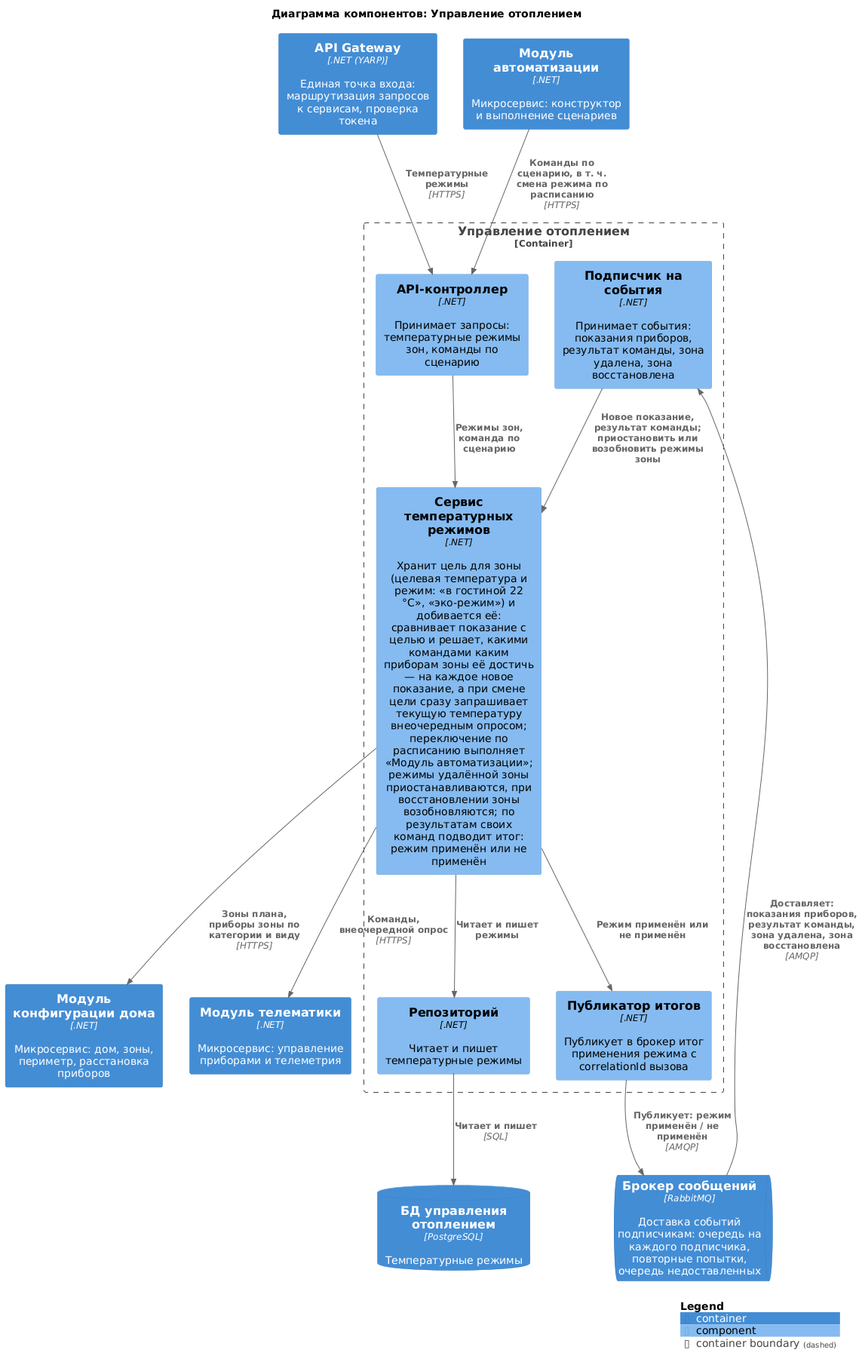
This is diagrams/components/heating.png from Lyamin-av/architecture-warmhouse, a PlantUML export, as it was before one commit.
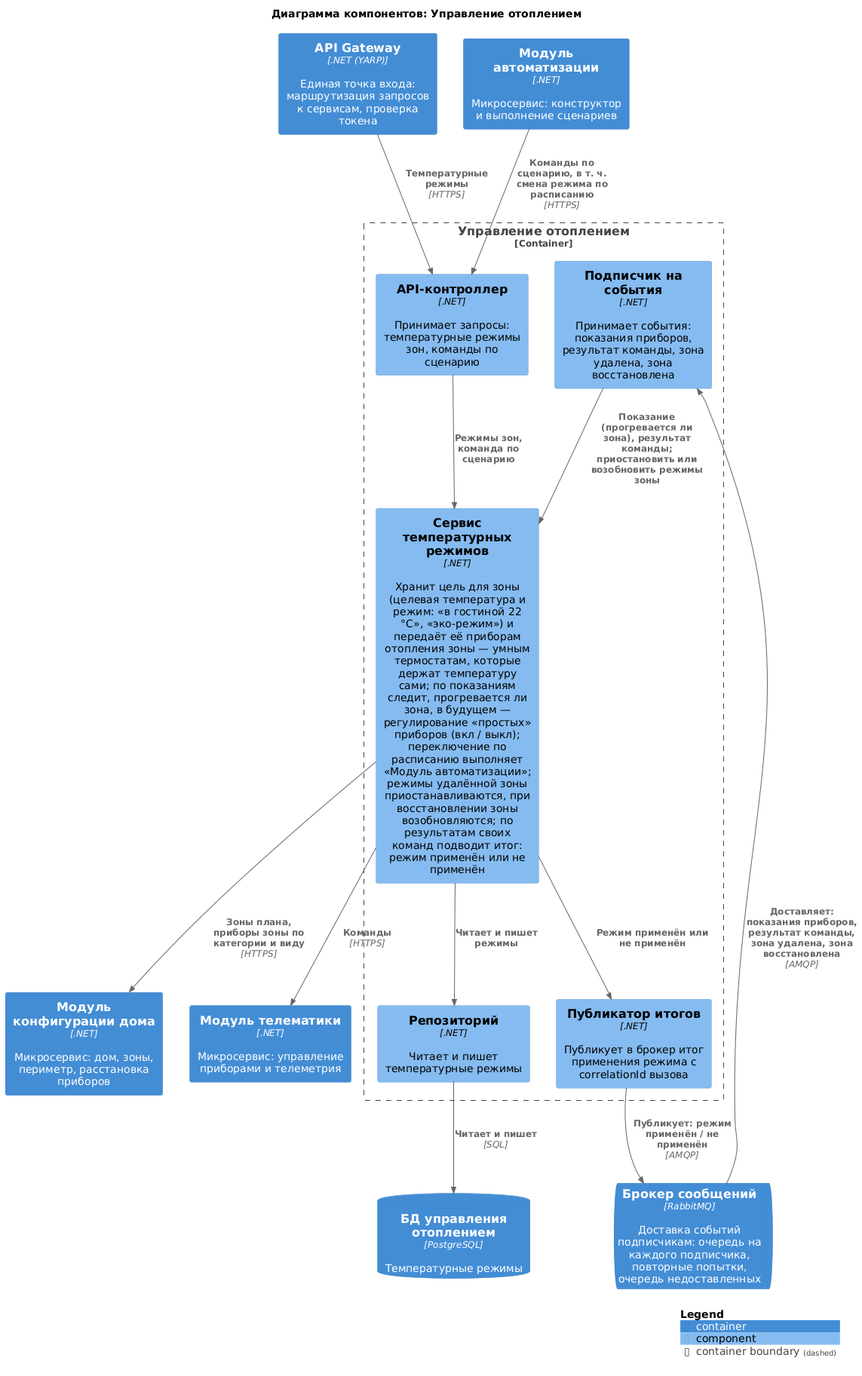
Later version of the same file.

Commit message:
Умный термостат: убран эндпоинт внеочередного опроса; Отопление передаёт цель термостату и по показаниям следит за прогревом зоны

Diff of the diagram source:
```diff
@@ -12,7 +12,7 @@
 
 Container_Boundary(Heating, "Управление отоплением") {
     Component(api, "API-контроллер", ".NET", "Принимает запросы: температурные режимы зон, команды по сценарию")
-    Component(regimes, "Сервис температурных режимов", ".NET", "Хранит цель для зоны (целевая температура и режим: «в гостиной 22 °C», «эко-режим») и добивается её: сравнивает показание с целью и решает, какими командами каким приборам зоны её достичь — на каждое новое показание, а при смене цели сразу запрашивает текущую температуру внеочередным опросом; переключение по расписанию выполняет «Модуль автоматизации»; режимы удалённой зоны приостанавливаются, при восстановлении зоны возобновляются; по результатам своих команд подводит итог: режим применён или не применён")
+    Component(regimes, "Сервис температурных режимов", ".NET", "Хранит цель для зоны (целевая температура и режим: «в гостиной 22 °C», «эко-режим») и передаёт её приборам отопления зоны — умным термостатам, которые держат температуру сами; по показаниям следит, прогревается ли зона, в будущем — регулирование «простых» приборов (вкл / выкл); переключение по расписанию выполняет «Модуль автоматизации»; режимы удалённой зоны приостанавливаются, при восстановлении зоны возобновляются; по результатам своих команд подводит итог: режим применён или не применён")
     Component(subscriber, "Подписчик на события", ".NET", "Принимает события: показания приборов, результат команды, зона удалена, зона восстановлена")
     Component(publisher, "Публикатор итогов", ".NET", "Публикует в брокер итог применения режима с correlationId вызова")
     Component(repo, "Репозиторий", ".NET", "Читает и пишет температурные режимы")
@@ -23,11 +23,11 @@
 Rel(Broker, subscriber, "Доставляет: показания приборов, результат команды, зона удалена, зона восстановлена", "AMQP")
 
 Rel(api, regimes, "Режимы зон, команда по сценарию")
-Rel(subscriber, regimes, "Новое показание, результат команды; приостановить или возобновить режимы зоны")
+Rel(subscriber, regimes, "Показание (прогревается ли зона), результат команды; приостановить или возобновить режимы зоны")
 Rel(regimes, publisher, "Режим применён или не применён")
 Rel(publisher, Broker, "Публикует: режим применён / не применён", "AMQP")
 Rel(regimes, HouseConfigurator, "Зоны плана, приборы зоны по категории и виду", "HTTPS")
-Rel(regimes, Telematics, "Команды, внеочередной опрос", "HTTPS")
+Rel(regimes, Telematics, "Команды", "HTTPS")
 
 Rel(regimes, repo, "Читает и пишет режимы")
 Rel(repo, dbHeating, "Читает и пишет", "SQL")
```
